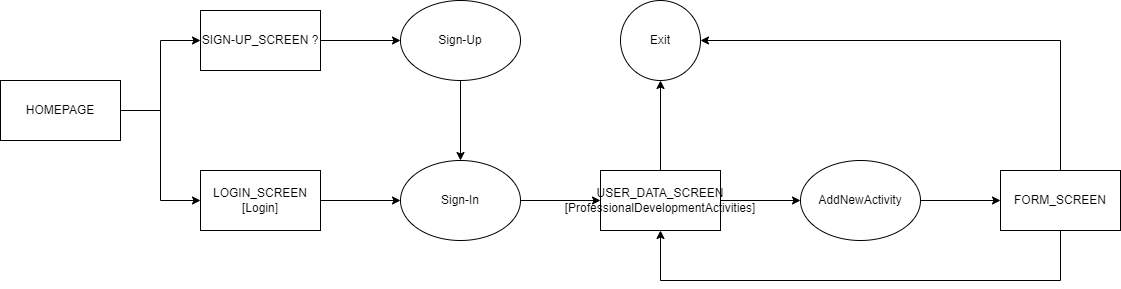
Team-Arbitrary/Team-Arbitrary.github.io keeps this draw.io diagram as DESIGN/Temporary_Non-Normative_PROCESS_DESIGN_DIAGRAM.drawio.png. Above is the earlier version. Source tidied: cells renumbered, new cells last; positions are measured from the earlier drawing's top-left corner, leaving out a move shared by most shapes.
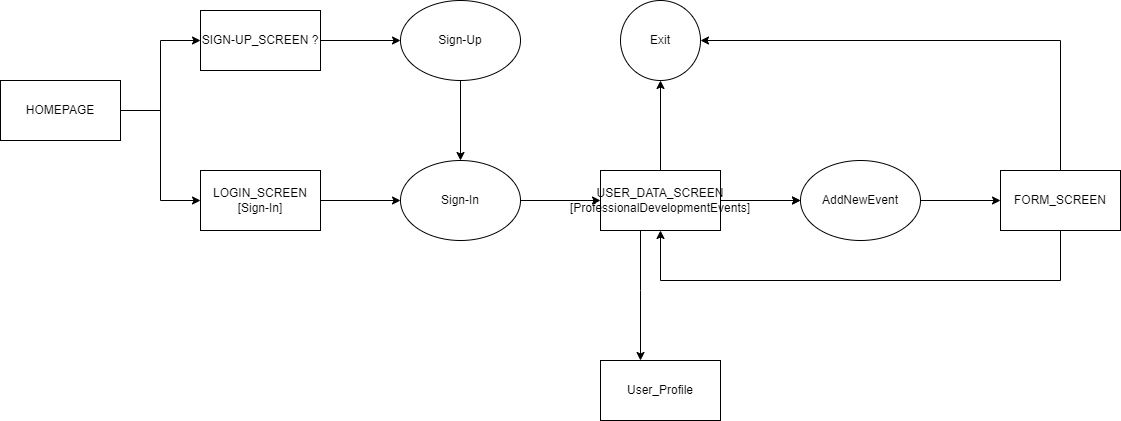
The same diagram one commit later.

What changed in the source:
```diff
@@ -57,7 +57,7 @@
     <mxCell id="13" style="edgeStyle=orthogonalEdgeStyle;rounded=0;jettySize=auto;html=1;" parent="1" edge="1" source="14" target="7">
       <mxGeometry relative="1" as="geometry" />
     </mxCell>
-    <mxCell id="14" value="LOGIN_SCREEN&lt;br&gt;[Login]" style="rounded=0;whiteSpace=wrap;html=1;" parent="1" vertex="1">
+    <mxCell id="14" value="LOGIN_SCREEN&lt;br&gt;[Sign-In]" style="rounded=0;whiteSpace=wrap;html=1;" parent="1" vertex="1">
       <mxGeometry x="200" y="170" width="120" height="60" as="geometry" />
     </mxCell>
     <mxCell id="15" style="edgeStyle=orthogonalEdgeStyle;rounded=0;jettySize=auto;html=1;" parent="1" edge="1" source="16" target="9">
@@ -72,14 +72,28 @@
     <mxCell id="18" style="edgeStyle=orthogonalEdgeStyle;rounded=0;jettySize=auto;html=1;" parent="1" edge="1" source="19" target="5">
       <mxGeometry relative="1" as="geometry" />
     </mxCell>
+    <mxCell id="22" style="edgeStyle=orthogonalEdgeStyle;rounded=0;jettySize=auto;html=1;" parent="1" edge="1" source="19" target="24">
+      <mxGeometry relative="1" as="geometry">
+        <Array as="points">
+          <mxPoint x="640" y="290" />
+          <mxPoint x="640" y="290" />
+        </Array>
+      </mxGeometry>
+    </mxCell>
+    <mxCell id="23" style="edgeStyle=orthogonalEdgeStyle;rounded=0;jettySize=auto;html=1;" parent="1" edge="1" source="19" target="21">
+      <mxGeometry relative="1" as="geometry" />
+    </mxCell>
-    <mxCell id="19" value="USER_DATA_SCREEN&lt;br&gt;[ProfessionalDevelopmentActivities]" style="rounded=0;whiteSpace=wrap;html=1;" parent="1" vertex="1">
+    <mxCell id="19" value="USER_DATA_SCREEN&lt;br&gt;[ProfessionalDevelopmentEvents]" style="rounded=0;whiteSpace=wrap;html=1;" parent="1" vertex="1">
       <mxGeometry x="600" y="170" width="120" height="60" as="geometry" />
     </mxCell>
     <mxCell id="20" style="edgeStyle=orthogonalEdgeStyle;rounded=0;jettySize=auto;html=1;" parent="1" edge="1" source="21" target="12">
       <mxGeometry relative="1" as="geometry" />
     </mxCell>
-    <mxCell id="21" value="AddNewActivity" style="ellipse;whiteSpace=wrap;html=1;" parent="1" vertex="1">
+    <mxCell id="21" value="AddNewEvent" style="ellipse;whiteSpace=wrap;html=1;" parent="1" vertex="1">
       <mxGeometry x="800" y="160" width="120" height="80" as="geometry" />
     </mxCell>
+    <mxCell id="24" value="User_Profile" style="rounded=0;whiteSpace=wrap;html=1;" parent="1" vertex="1">
+      <mxGeometry x="600" y="360" width="120" height="60" as="geometry" />
+    </mxCell>
   </root>
 </mxGraphModel>
```
